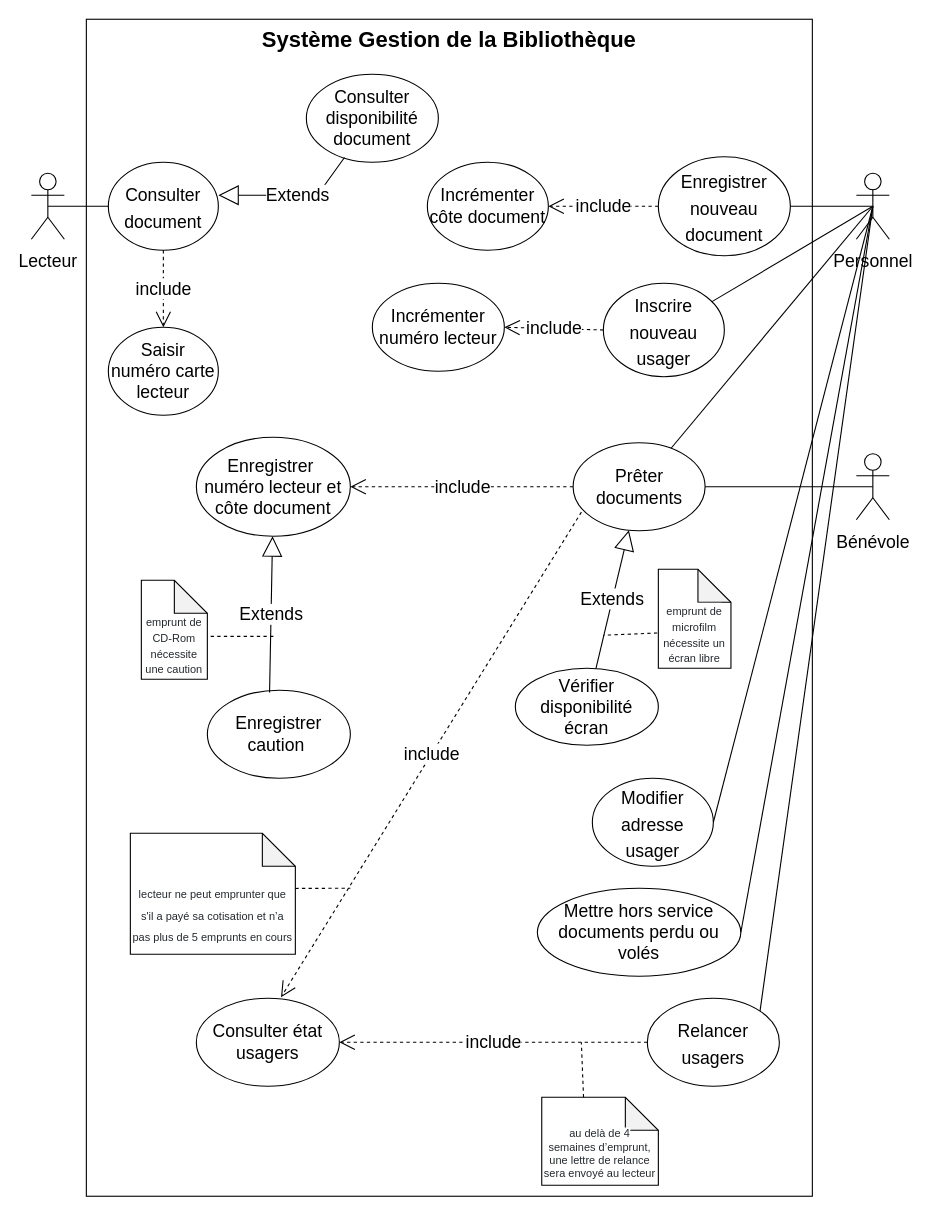
Nijat-Majidli/CDA_21188 keeps this draw.io diagram as Développer des composants d'interface/Maquetter une application/UML partie 1/Phase 2 - Diagramme cas d'utilisation/Gestion Bibliothèque_Diagramme cas d'utilisation.drawio. Above is the earlier version. Source tidied: cells renumbered, new cells numbered last; positions are measured from the earlier drawing's top-left corner, leaving out a move shared by most shapes. Both pictures are drawn from the tidied source at 110%, with x=0, y=0 at pixel (31, 19).
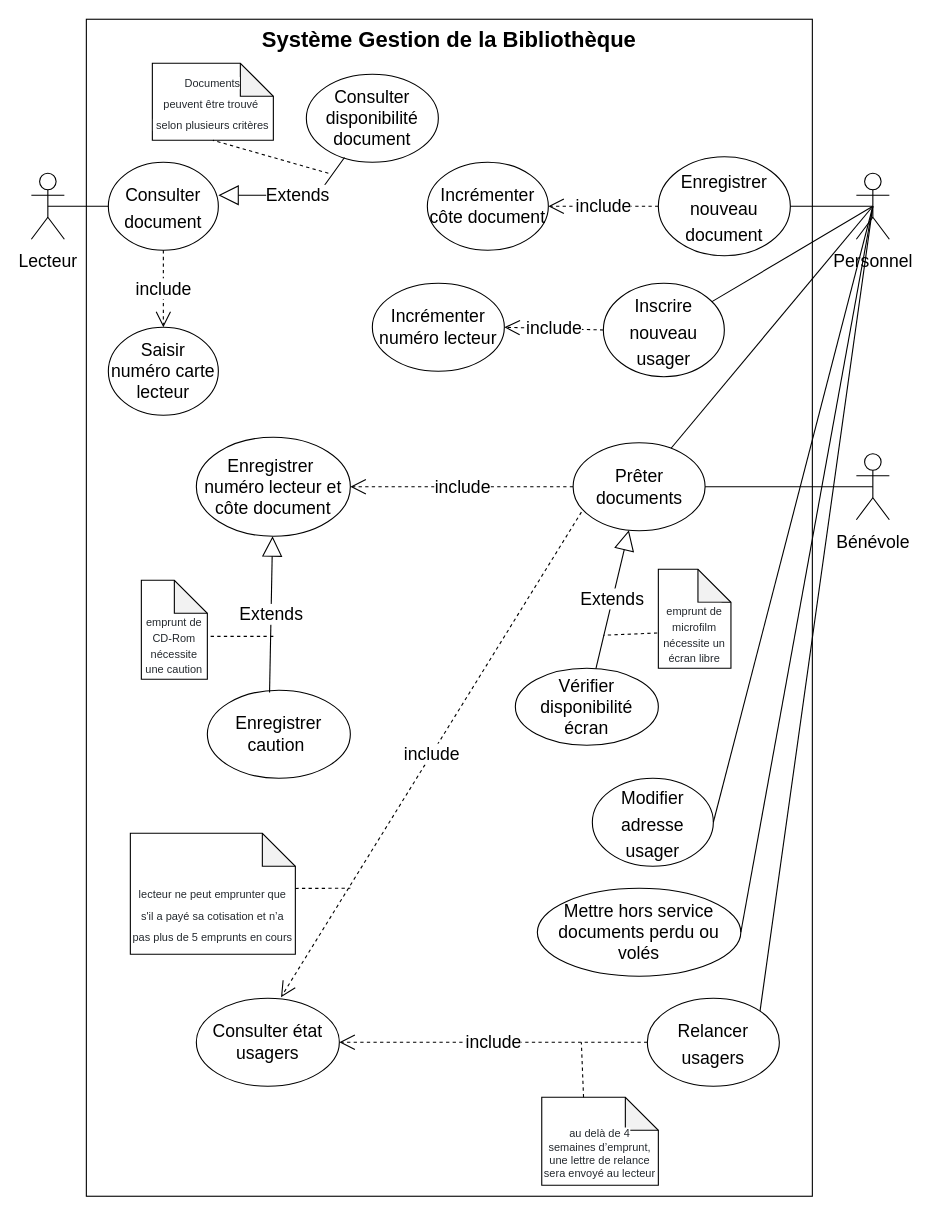
The same diagram, later.

What changed in the source:
```diff
@@
+    <mxCell id="46" value="&lt;font style=&quot;font-size: 10px&quot;&gt;&lt;span style=&quot;font-size: 10px ; color: rgb(36 , 41 , 46) ; background-color: rgb(255 , 255 , 255)&quot;&gt;Documents peuvent&amp;nbsp;&lt;/span&gt;&lt;span style=&quot;font-size: 10px ; color: rgb(36 , 41 , 46) ; background-color: rgb(255 , 255 , 255)&quot;&gt;être trouvé&amp;nbsp;&lt;/span&gt;&lt;span style=&quot;color: rgb(36 , 41 , 46) ; background-color: rgb(255 , 255 , 255)&quot;&gt;&lt;br&gt;&lt;span style=&quot;font-size: 10px&quot;&gt;&amp;nbsp;selon plusieurs&lt;/span&gt;&lt;font style=&quot;font-size: 10px&quot;&gt;&amp;nbsp;&lt;/font&gt;&lt;/span&gt;&lt;/font&gt;&lt;span style=&quot;color: rgb(36 , 41 , 46) ; background-color: rgb(255 , 255 , 255) ; font-size: 10px&quot;&gt;&lt;font style=&quot;font-size: 10px&quot;&gt;critères&amp;nbsp;&lt;/font&gt;&lt;/span&gt;" style="shape=note;whiteSpace=wrap;html=1;backgroundOutline=1;darkOpacity=0.05;fontFamily=Helvetica;fontSize=16;align=center;" parent="1" vertex="1">
+      <mxGeometry x="110" y="40" width="110" height="70" as="geometry" />
+    </mxCell>
+    <mxCell id="47" style="endArrow=none;dashed=1;html=1;rounded=0;fontFamily=Helvetica;fontSize=10;entryX=0.5;entryY=1;entryDx=0;entryDy=0;entryPerimeter=0;" parent="1" edge="1" target="46">
+      <mxGeometry relative="1" as="geometry">
+        <mxPoint x="270" y="140" as="sourcePoint" />
+      </mxGeometry>
+    </mxCell>
```
